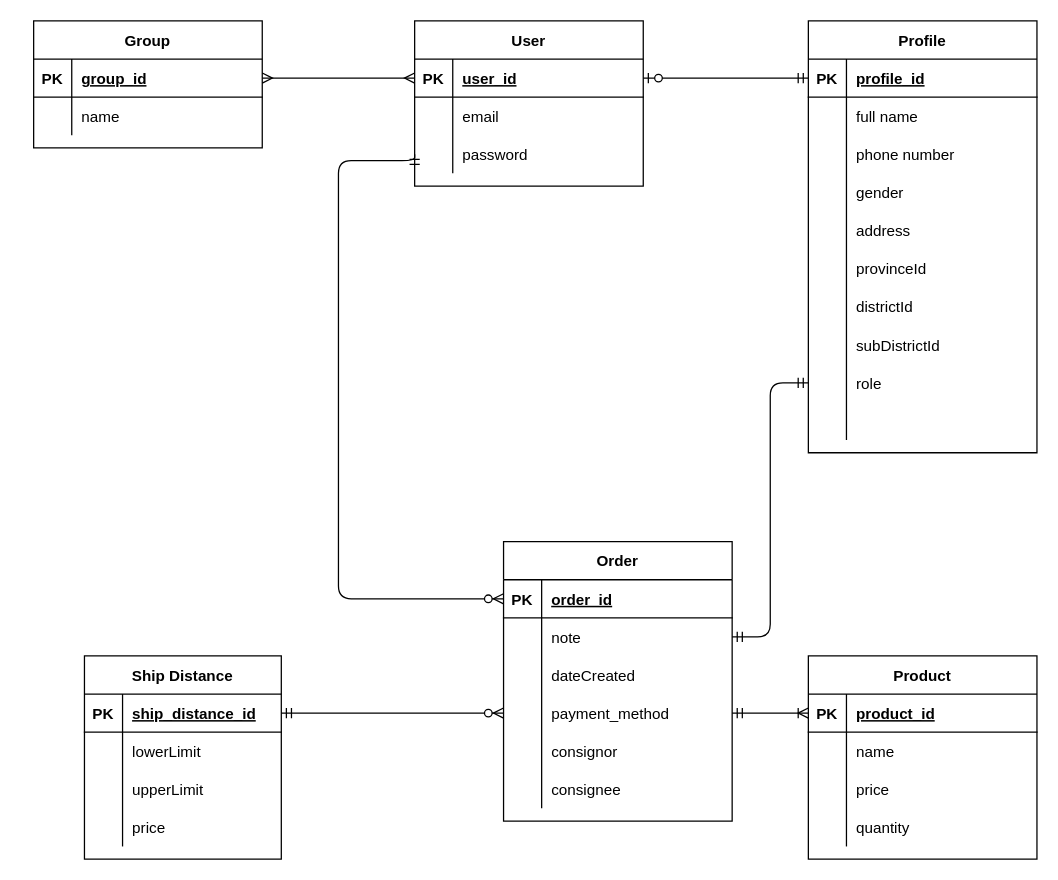
This is resources/database_design.drawio from NgoQuocBao1010/Shipping-System-Management, a draw.io file, before an edit. Source tidied: cells renumbered, new cells numbered last; positions are measured from the earlier drawing's top-left corner, leaving out a move shared by most shapes. Both pictures are drawn from the tidied source at 127%, with x=0, y=0 at pixel (33, 20).
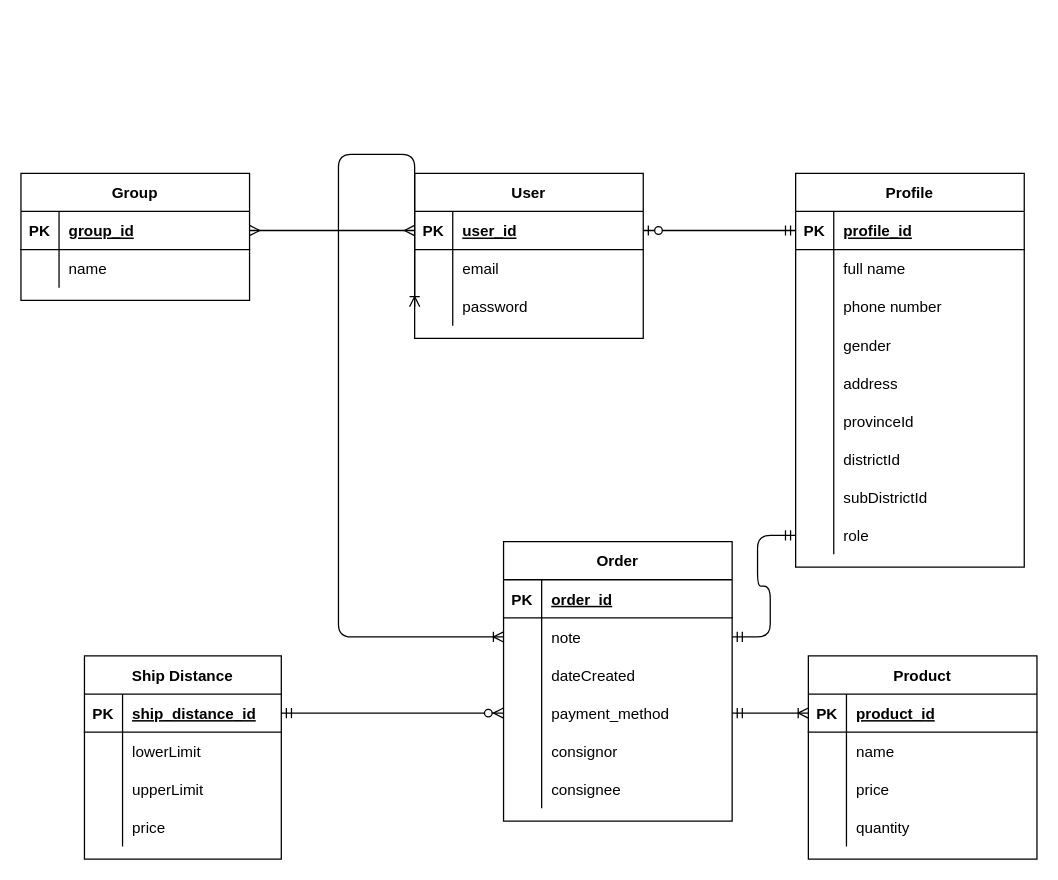
Above is the later version.

The change refers to these unchanged cells:
```xml
<mxCell id="9" style="shape=partialRectangle;fillColor=none;top=0;left=0;bottom=0;right=0;points=[[0,0.5],[1,0.5]];portConstraint=eastwest;" parent="2" vertex="1">
  <mxGeometry y="90" width="180" height="30" as="geometry" />
</mxCell>
<mxCell id="52" style="shape=partialRectangle;fillColor=none;top=0;left=0;bottom=1;right=0;points=[[0,0.5],[1,0.5]];portConstraint=eastwest;" parent="51" vertex="1">
  <mxGeometry y="30" width="180" height="30" as="geometry" />
</mxCell>
<mxCell id="55" style="shape=partialRectangle;fillColor=none;top=0;left=0;bottom=0;right=0;points=[[0,0.5],[1,0.5]];portConstraint=eastwest;" parent="51" vertex="1">
  <mxGeometry y="60" width="180" height="30" as="geometry" />
</mxCell>
```

Diff of the diagram source:
```diff
@@
     <mxCell id="2" value="User" style="shape=table;startSize=30;childLayout=tableLayout;rowLines=0;fontStyle=1;align=center;" parent="1" vertex="1">
-      <mxGeometry x="300" width="180" height="130" as="geometry" />
+      <mxGeometry x="300" y="120" width="180" height="130" as="geometry" />
     </mxCell>
@@
     <mxCell id="12" value="Profile" style="shape=table;startSize=30;childLayout=tableLayout;rowLines=0;fontStyle=1;align=center;" parent="1" vertex="1">
-      <mxGeometry x="610" width="180" height="340" as="geometry" />
+      <mxGeometry x="600" y="120" width="180" height="310" as="geometry" />
     </mxCell>
@@
-    <mxCell id="40" style="shape=partialRectangle;fillColor=none;top=0;left=0;bottom=0;right=0;" parent="12" vertex="1">
-      <mxGeometry y="300" width="180" height="30" as="geometry" />
-    </mxCell>
-    <mxCell id="41" style="shape=partialRectangle;fillColor=none;top=0;left=0;bottom=0;right=0;overflow=hidden;" parent="40" vertex="1">
-      <mxGeometry width="30" height="30" as="geometry" />
-    </mxCell>
-    <mxCell id="42" style="shape=partialRectangle;fillColor=none;top=0;left=0;bottom=0;right=0;align=left;spacingLeft=6;overflow=hidden;" parent="40" vertex="1">
-      <mxGeometry x="30" width="150" height="30" as="geometry" />
-    </mxCell>
     <mxCell id="43" value="Group" style="shape=table;startSize=30;childLayout=tableLayout;rowLines=0;fontStyle=1;align=center;" parent="1" vertex="1">
-      <mxGeometry width="180" height="100" as="geometry" />
+      <mxGeometry x="-10" y="120" width="180" height="100" as="geometry" />
     </mxCell>
@@
-    <mxCell id="99" style="edgeStyle=orthogonalEdgeStyle;fontSize=12;html=1;endArrow=ERzeroToMany;startArrow=ERmandOne;exitX=0;exitY=0.5;exitDx=0;exitDy=0;entryX=0;entryY=0.5;entryDx=0;entryDy=0;" parent="1" edge="1" source="9" target="52">
-      <mxGeometry relative="1" as="geometry">
-        <Array as="points">
-          <mxPoint x="300" y="110" />
-          <mxPoint x="240" y="110" />
-          <mxPoint x="240" y="455" />
-        </Array>
-      </mxGeometry>
-    </mxCell>
@@
+    <mxCell id="42" style="edgeStyle=orthogonalEdgeStyle;fontSize=12;html=1;endArrow=ERoneToMany;startArrow=ERoneToMany;entryX=0;entryY=0.5;entryDx=0;entryDy=0;exitX=0;exitY=0.5;exitDx=0;exitDy=0;" parent="1" edge="1" source="55" target="9">
+      <mxGeometry relative="1" as="geometry">
+        <Array as="points">
+          <mxPoint x="240" y="485" />
+          <mxPoint x="240" y="105" />
+        </Array>
+      </mxGeometry>
+    </mxCell>
```
